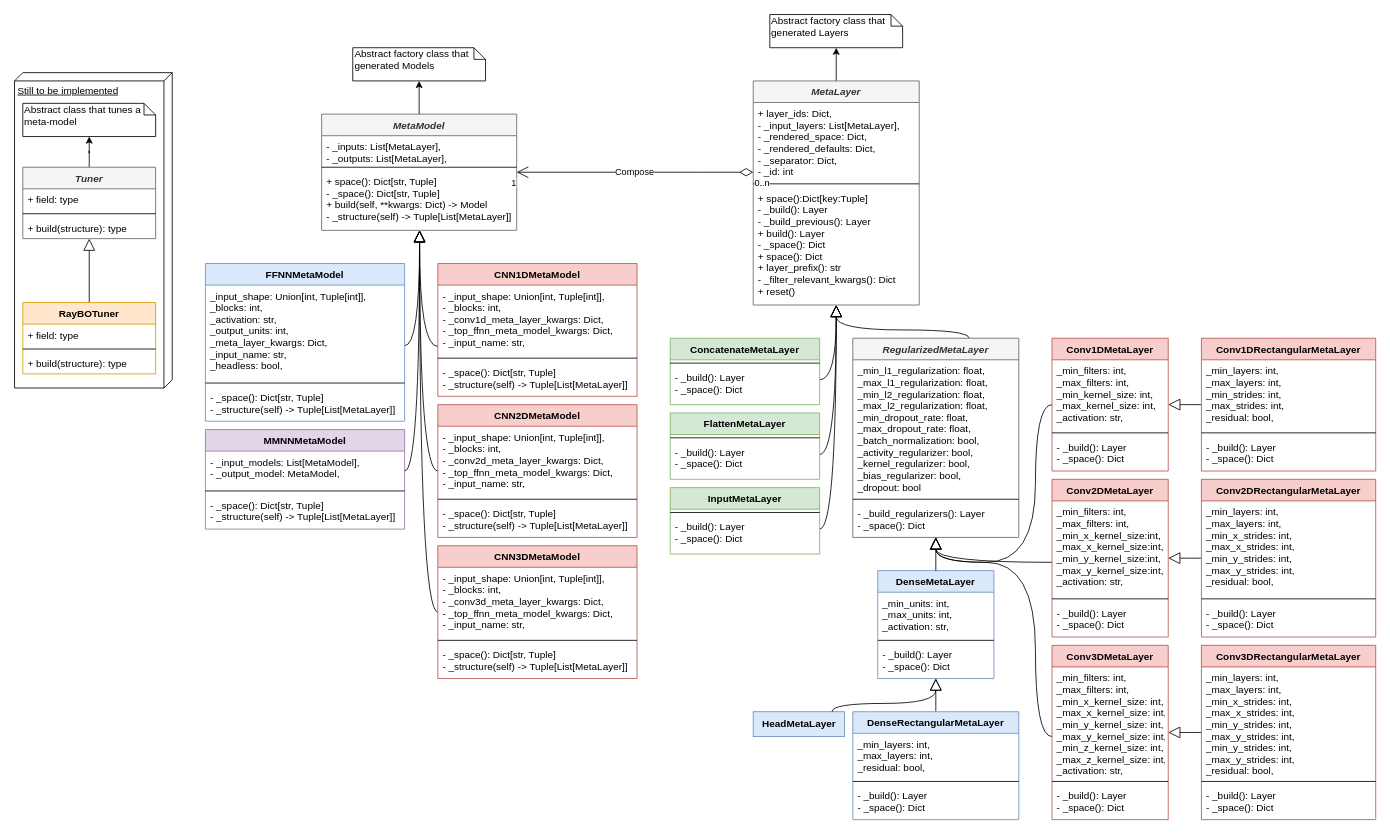
Earlier version of the draw.io diagram uml_schema.drawio (AnacletoLAB/meta_models). Source tidied: cells renumbered, new cells numbered last; positions are measured from the earlier drawing's top-left corner, leaving out a move shared by most shapes. Both pictures are drawn from the tidied source at 83%, with x=0, y=0 at pixel (14, 14).
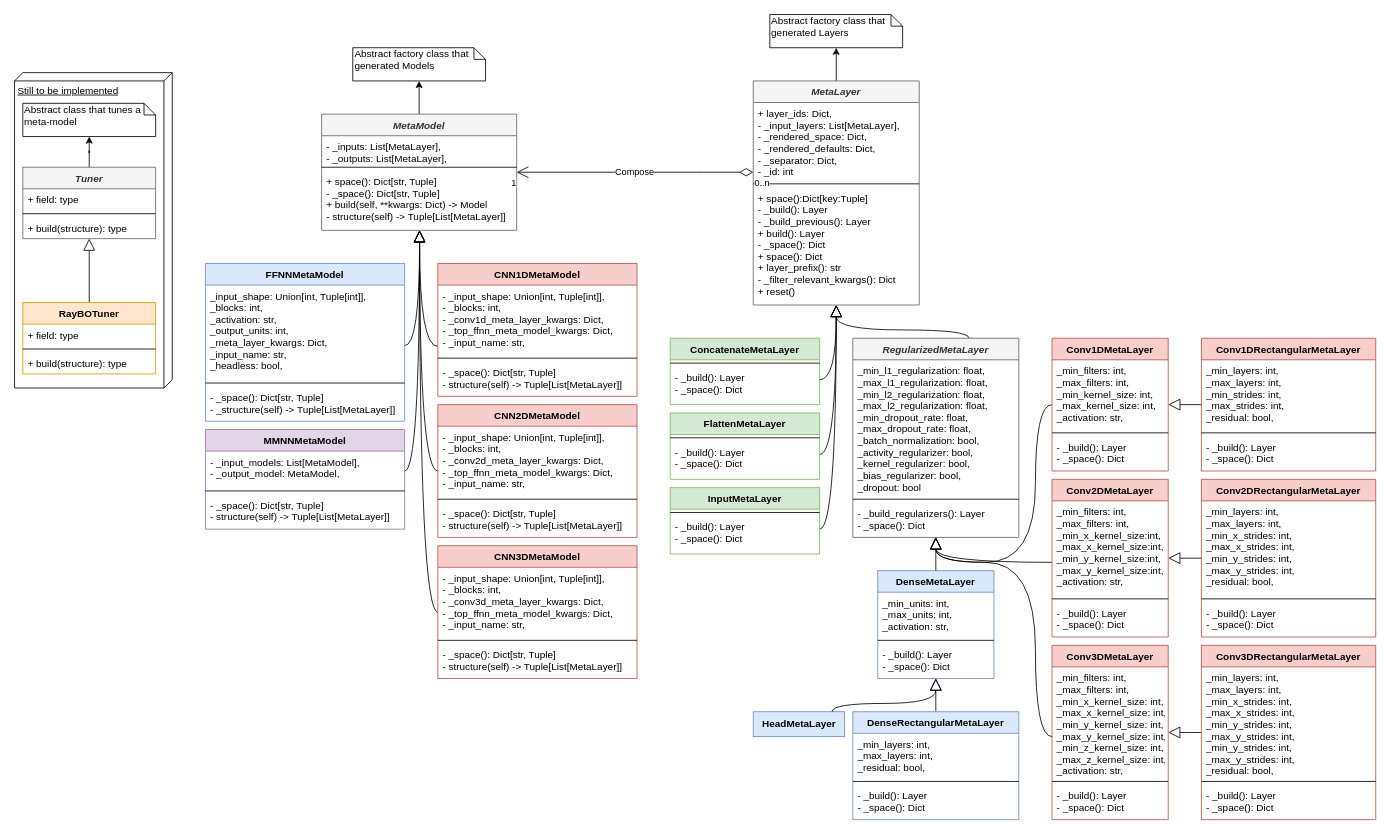
The same diagram, later.

The change refers to these unchanged cells:
```xml
<mxCell id="81" value="MetaModel" style="swimlane;fontStyle=3;align=center;verticalAlign=top;horizontal=1;startSize=26;fillColor=#f5f5f5;strokeColor=#666666;fontColor=#333333;" parent="1" vertex="1">
  <mxGeometry x="370" y="120" width="235" height="140" as="geometry" />
</mxCell>
<mxCell id="85" value="CNN1DMetaModel" style="swimlane;fontStyle=1;align=center;verticalAlign=top;horizontal=1;startSize=26;fillColor=#f8cecc;strokeColor=#b85450;" parent="1" vertex="1">
  <mxGeometry x="510" y="300" width="240" height="160" as="geometry" />
</mxCell>
<mxCell id="89" value="CNN2DMetaModel" style="swimlane;fontStyle=1;align=center;verticalAlign=top;horizontal=1;startSize=26;fillColor=#f8cecc;strokeColor=#b85450;" parent="1" vertex="1">
  <mxGeometry x="510" y="470" width="240" height="160" as="geometry" />
</mxCell>
<mxCell id="93" value="CNN3DMetaModel" style="swimlane;fontStyle=1;align=center;verticalAlign=top;horizontal=1;startSize=26;fillColor=#f8cecc;strokeColor=#b85450;" parent="1" vertex="1">
  <mxGeometry x="510" y="640" width="240" height="160" as="geometry" />
</mxCell>
<mxCell id="97" value="MMNNMetaModel" style="swimlane;fontStyle=1;align=center;verticalAlign=top;horizontal=1;startSize=26;fillColor=#e1d5e7;strokeColor=#9673a6;" parent="1" vertex="1">
  <mxGeometry x="230" y="500" width="240" height="120" as="geometry" />
</mxCell>
```

The edit, as a diff of the source:
```diff
@@
-    <mxCell id="84" value="+ space(): Dict[str, Tuple]&#10;- _space(): Dict[str, Tuple]&#10;+ build(self, **kwargs: Dict) -&gt; Model&#10;- _structure(self) -&gt; Tuple[List[MetaLayer]]&#10;" style="text;strokeColor=none;fillColor=none;align=left;verticalAlign=top;spacingLeft=4;spacingRight=4;overflow=hidden;" parent="81" vertex="1">
+    <mxCell id="84" value="+ space(): Dict[str, Tuple]&#10;- _space(): Dict[str, Tuple]&#10;+ build(self, **kwargs: Dict) -&gt; Model&#10;- structure(self) -&gt; Tuple[List[MetaLayer]]&#10;" style="text;strokeColor=none;fillColor=none;align=left;verticalAlign=top;spacingLeft=4;spacingRight=4;overflow=hidden;" parent="81" vertex="1">
       <mxGeometry y="68" width="235" height="72" as="geometry" />
     </mxCell>
@@
-    <mxCell id="88" value="- _space(): Dict[str, Tuple]&#10;- _structure(self) -&gt; Tuple[List[MetaLayer]]&#10;" style="text;strokeColor=none;fillColor=none;align=left;verticalAlign=top;spacingLeft=4;spacingRight=4;overflow=hidden;" parent="85" vertex="1">
+    <mxCell id="88" value="- _space(): Dict[str, Tuple]&#10;- structure(self) -&gt; Tuple[List[MetaLayer]]&#10;" style="text;strokeColor=none;fillColor=none;align=left;verticalAlign=top;spacingLeft=4;spacingRight=4;overflow=hidden;" parent="85" vertex="1">
       <mxGeometry y="118" width="240" height="42" as="geometry" />
     </mxCell>
@@
-    <mxCell id="92" value="- _space(): Dict[str, Tuple]&#10;- _structure(self) -&gt; Tuple[List[MetaLayer]]&#10;" style="text;strokeColor=none;fillColor=none;align=left;verticalAlign=top;spacingLeft=4;spacingRight=4;overflow=hidden;" parent="89" vertex="1">
+    <mxCell id="92" value="- _space(): Dict[str, Tuple]&#10;- structure(self) -&gt; Tuple[List[MetaLayer]]&#10;" style="text;strokeColor=none;fillColor=none;align=left;verticalAlign=top;spacingLeft=4;spacingRight=4;overflow=hidden;" parent="89" vertex="1">
       <mxGeometry y="118" width="240" height="42" as="geometry" />
     </mxCell>
@@
-    <mxCell id="96" value="- _space(): Dict[str, Tuple]&#10;- _structure(self) -&gt; Tuple[List[MetaLayer]]&#10;" style="text;strokeColor=none;fillColor=none;align=left;verticalAlign=top;spacingLeft=4;spacingRight=4;overflow=hidden;" parent="93" vertex="1">
+    <mxCell id="96" value="- _space(): Dict[str, Tuple]&#10;- structure(self) -&gt; Tuple[List[MetaLayer]]&#10;" style="text;strokeColor=none;fillColor=none;align=left;verticalAlign=top;spacingLeft=4;spacingRight=4;overflow=hidden;" parent="93" vertex="1">
       <mxGeometry y="118" width="240" height="42" as="geometry" />
     </mxCell>
@@
-    <mxCell id="100" value="- _space(): Dict[str, Tuple]&#10;- _structure(self) -&gt; Tuple[List[MetaLayer]]&#10;" style="text;strokeColor=none;fillColor=none;align=left;verticalAlign=top;spacingLeft=4;spacingRight=4;overflow=hidden;" parent="97" vertex="1">
+    <mxCell id="100" value="- _space(): Dict[str, Tuple]&#10;- structure(self) -&gt; Tuple[List[MetaLayer]]&#10;" style="text;strokeColor=none;fillColor=none;align=left;verticalAlign=top;spacingLeft=4;spacingRight=4;overflow=hidden;" parent="97" vertex="1">
       <mxGeometry y="78" width="240" height="42" as="geometry" />
     </mxCell>
```
